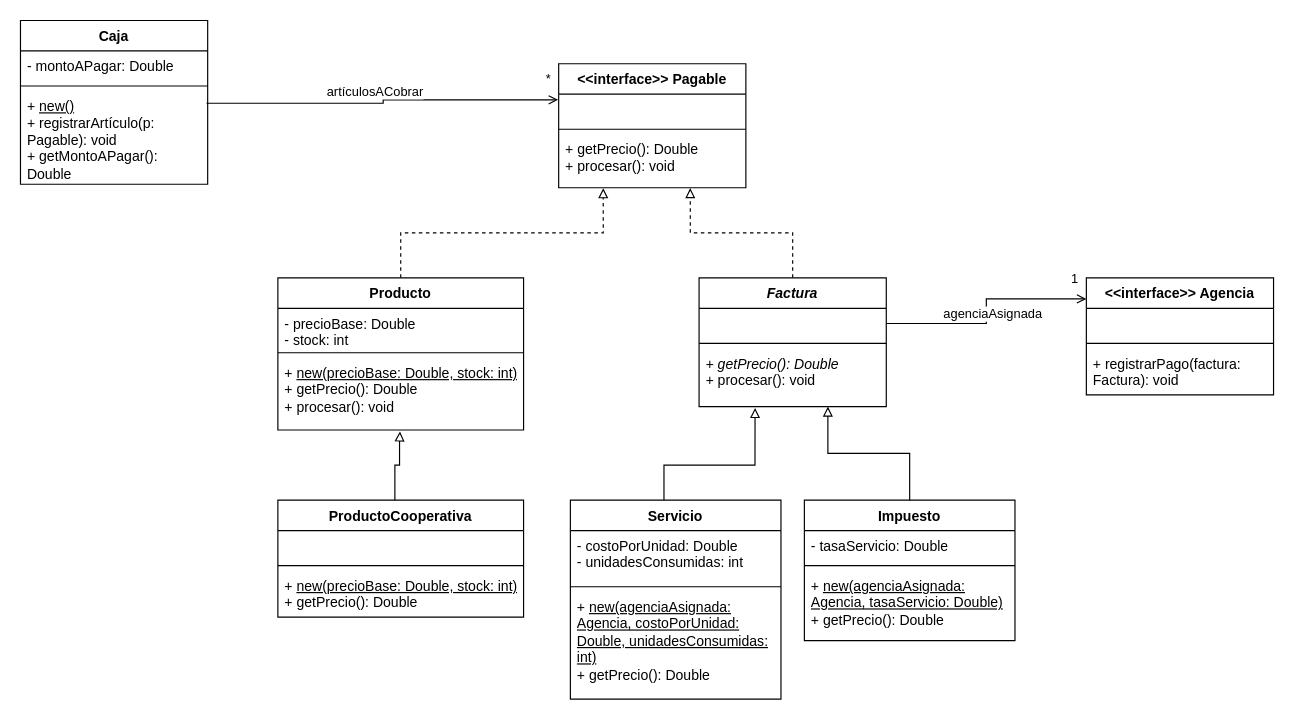
This is src/ar/edu/unq/po2/tp5/ej3/UML-Final.drawio from leandro-laiso/unqui-po2-laiso, a draw.io file, before an edit. Source tidied: cells renumbered, new cells numbered last; positions are measured from the earlier drawing's top-left corner, leaving out a move shared by most shapes. Both pictures are drawn from the tidied source at 117%, with x=0, y=0 at pixel (20, 20).
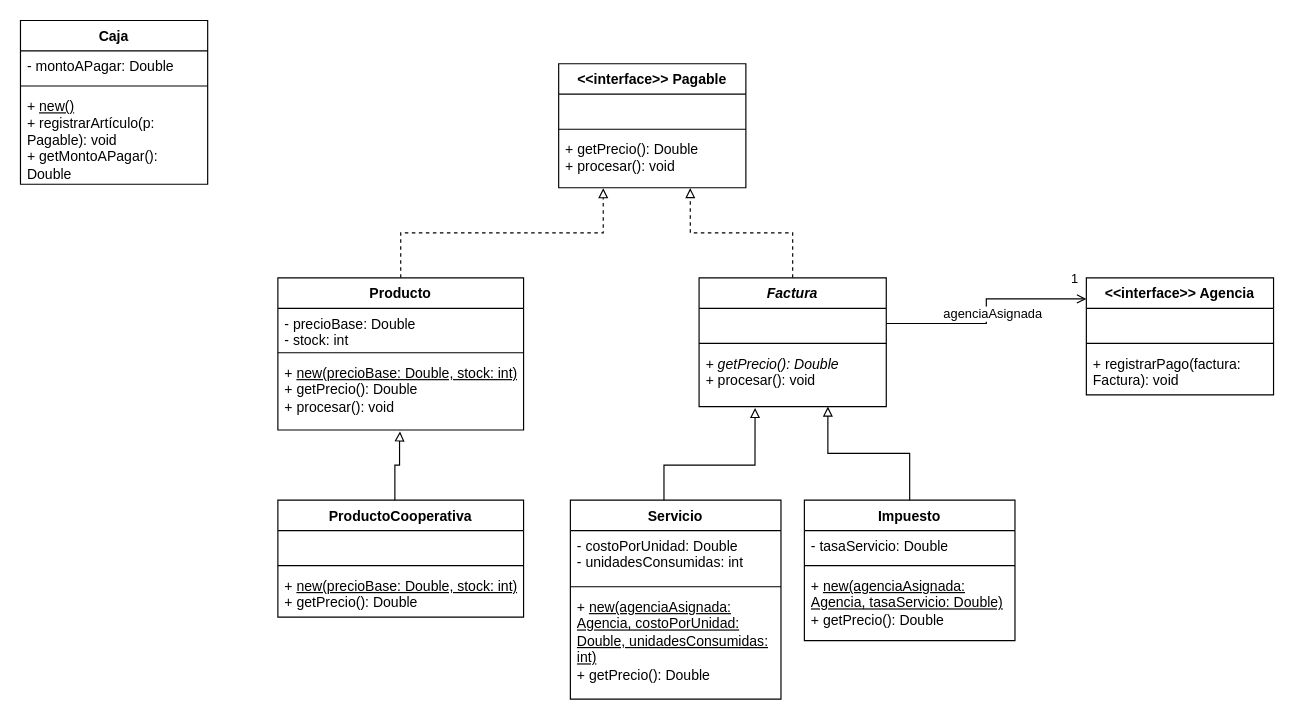
After the change.

The change refers to these unchanged cells:
```xml
<mxCell id="5" value="&lt;div&gt;+ &lt;u&gt;new()&lt;/u&gt;&lt;/div&gt;+ registrarArtículo(p: Pagable): void&lt;div&gt;+ getMontoAPagar(): Double&lt;/div&gt;" style="text;strokeColor=none;fillColor=none;align=left;verticalAlign=top;spacingLeft=4;spacingRight=4;overflow=hidden;points=[[0,0.5],[1,0.5]];portConstraint=eastwest;whiteSpace=wrap;html=1;" parent="2" vertex="1">
  <mxGeometry y="60" width="160" height="80" as="geometry" />
</mxCell>
<mxCell id="24" value="&amp;nbsp;" style="text;strokeColor=none;fillColor=none;align=left;verticalAlign=top;spacingLeft=4;spacingRight=4;overflow=hidden;points=[[0,0.5],[1,0.5]];portConstraint=eastwest;whiteSpace=wrap;html=1;" parent="23" vertex="1">
  <mxGeometry y="26" width="160" height="26" as="geometry" />
</mxCell>
```

Change to the diagram source:
```diff
@@
-    <mxCell id="27" style="edgeStyle=orthogonalEdgeStyle;rounded=0;jettySize=auto;html=1;entryX=-0.003;entryY=0.186;entryDx=0;entryDy=0;entryPerimeter=0;endArrow=open;endFill=0;exitX=0.994;exitY=0.134;exitDx=0;exitDy=0;exitPerimeter=0;" parent="1" edge="1" source="5" target="24">
-      <mxGeometry relative="1" as="geometry">
-        <Array as="points">
-          <mxPoint x="310" y="71" />
-          <mxPoint x="310" y="68" />
-        </Array>
-      </mxGeometry>
-    </mxCell>
-    <mxCell id="28" value="artículosACobrar" style="edgeLabel;html=1;align=center;verticalAlign=middle;" parent="27" vertex="1">
-      <mxGeometry x="-0.17" y="-1" relative="1" as="geometry">
-        <mxPoint x="17" y="-11" as="offset" />
-      </mxGeometry>
-    </mxCell>
-    <mxCell id="29" value="*" style="edgeLabel;html=1;align=center;verticalAlign=middle;" parent="27" vertex="1">
-      <mxGeometry x="0.94" y="1" relative="1" as="geometry">
-        <mxPoint y="-17" as="offset" />
-      </mxGeometry>
-    </mxCell>
```
